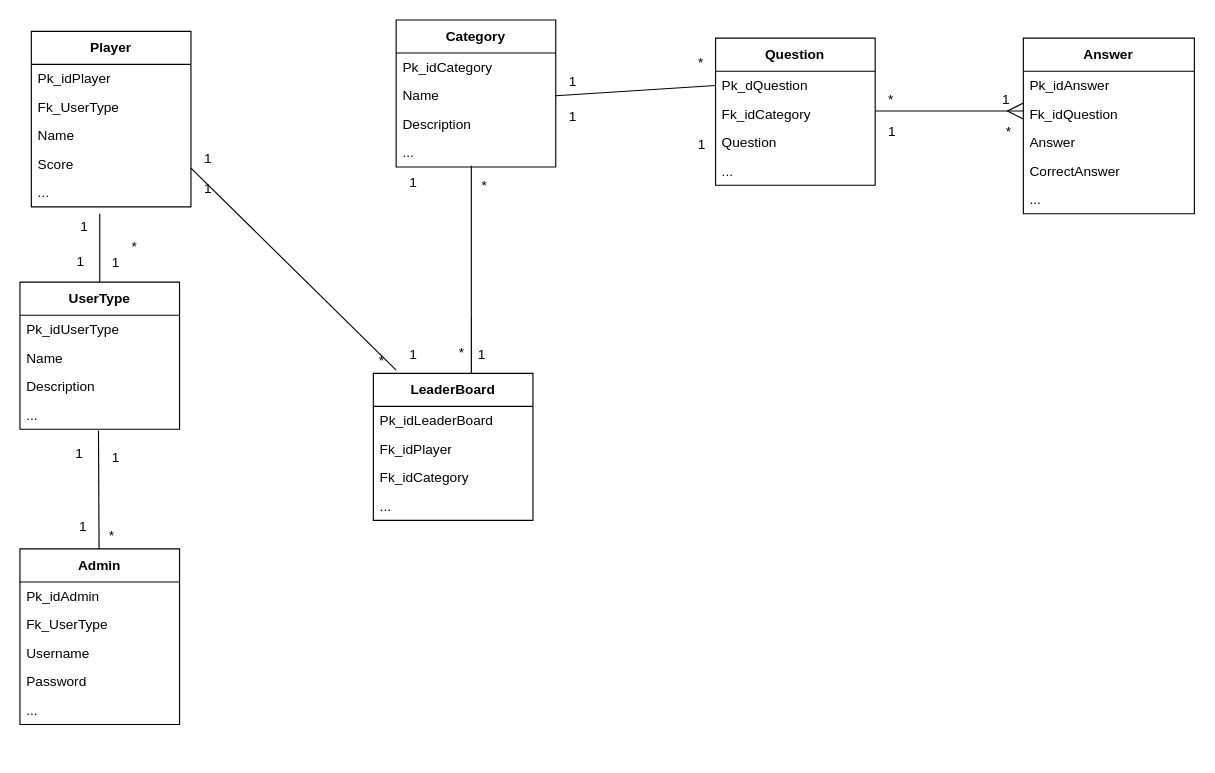
Before: File/03MER.drawio in BACHILYEC/PROYECTO-FINAL-PROG-II, a draw.io diagram. Source tidied: cells renumbered, new cells numbered last; positions are measured from the earlier drawing's top-left corner, leaving out a move shared by most shapes. Both pictures are drawn from the tidied source at 114%, with x=0, y=0 at pixel (19, 19).
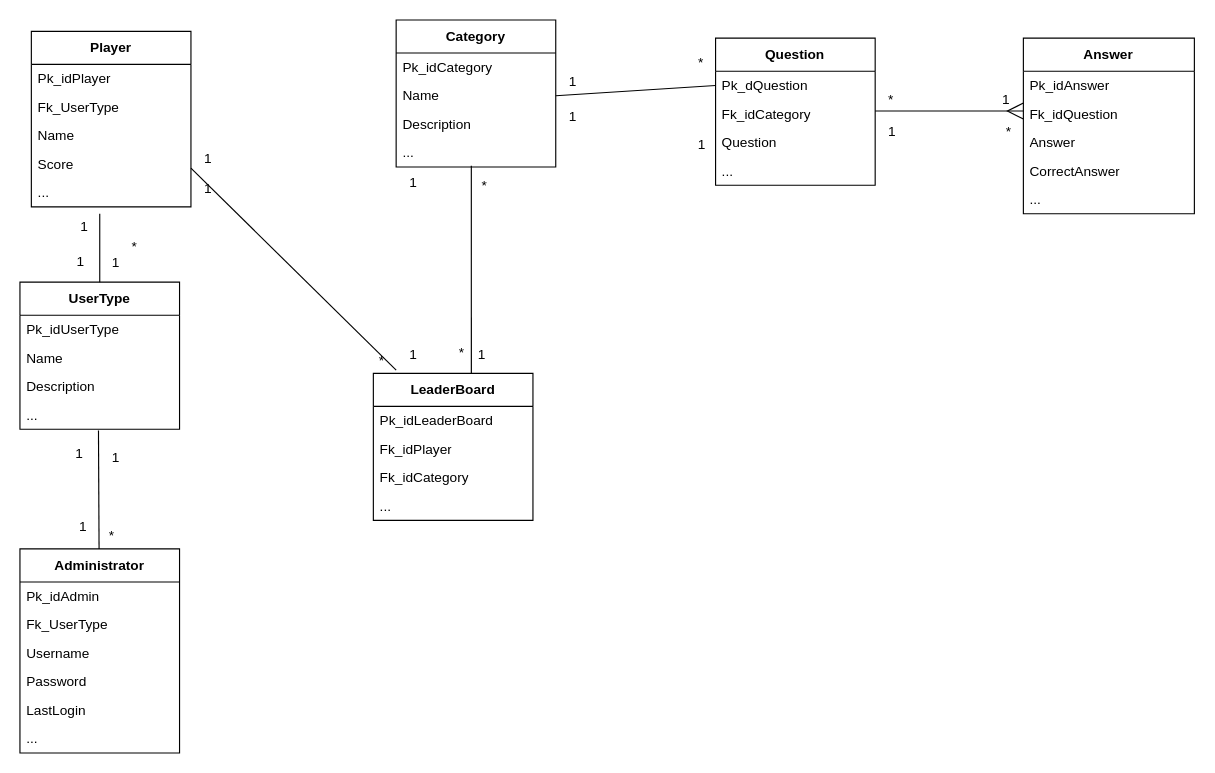
After the change.

What changed in the source:
```diff
@@
-    <mxCell id="55" value="Admin" style="swimlane;fontStyle=1;align=center;verticalAlign=middle;horizontal=1;startSize=29;html=1;whiteSpace=wrap;" parent="1" vertex="1">
-      <mxGeometry y="464" width="140" height="154" as="geometry" />
+    <mxCell id="55" value="Administrator" style="swimlane;fontStyle=1;align=center;verticalAlign=middle;horizontal=1;startSize=29;html=1;whiteSpace=wrap;" parent="1" vertex="1">
+      <mxGeometry y="464" width="140" height="179" as="geometry" />
     </mxCell>
@@
+    <mxCell id="73" value="LastLogin" style="text;html=1;strokeColor=none;fillColor=none;align=left;verticalAlign=middle;spacingLeft=4;spacingRight=4;overflow=hidden;whiteSpace=wrap;" parent="55" vertex="1">
+      <mxGeometry y="129" width="140" height="25" as="geometry" />
+    </mxCell>
     <mxCell id="60" value="&lt;div&gt;...&lt;/div&gt;" style="text;html=1;strokeColor=none;fillColor=none;align=left;verticalAlign=middle;spacingLeft=4;spacingRight=4;overflow=hidden;whiteSpace=wrap;" parent="55" vertex="1">
-      <mxGeometry y="129" width="140" height="25" as="geometry" />
+      <mxGeometry y="154" width="140" height="25" as="geometry" />
     </mxCell>
```
